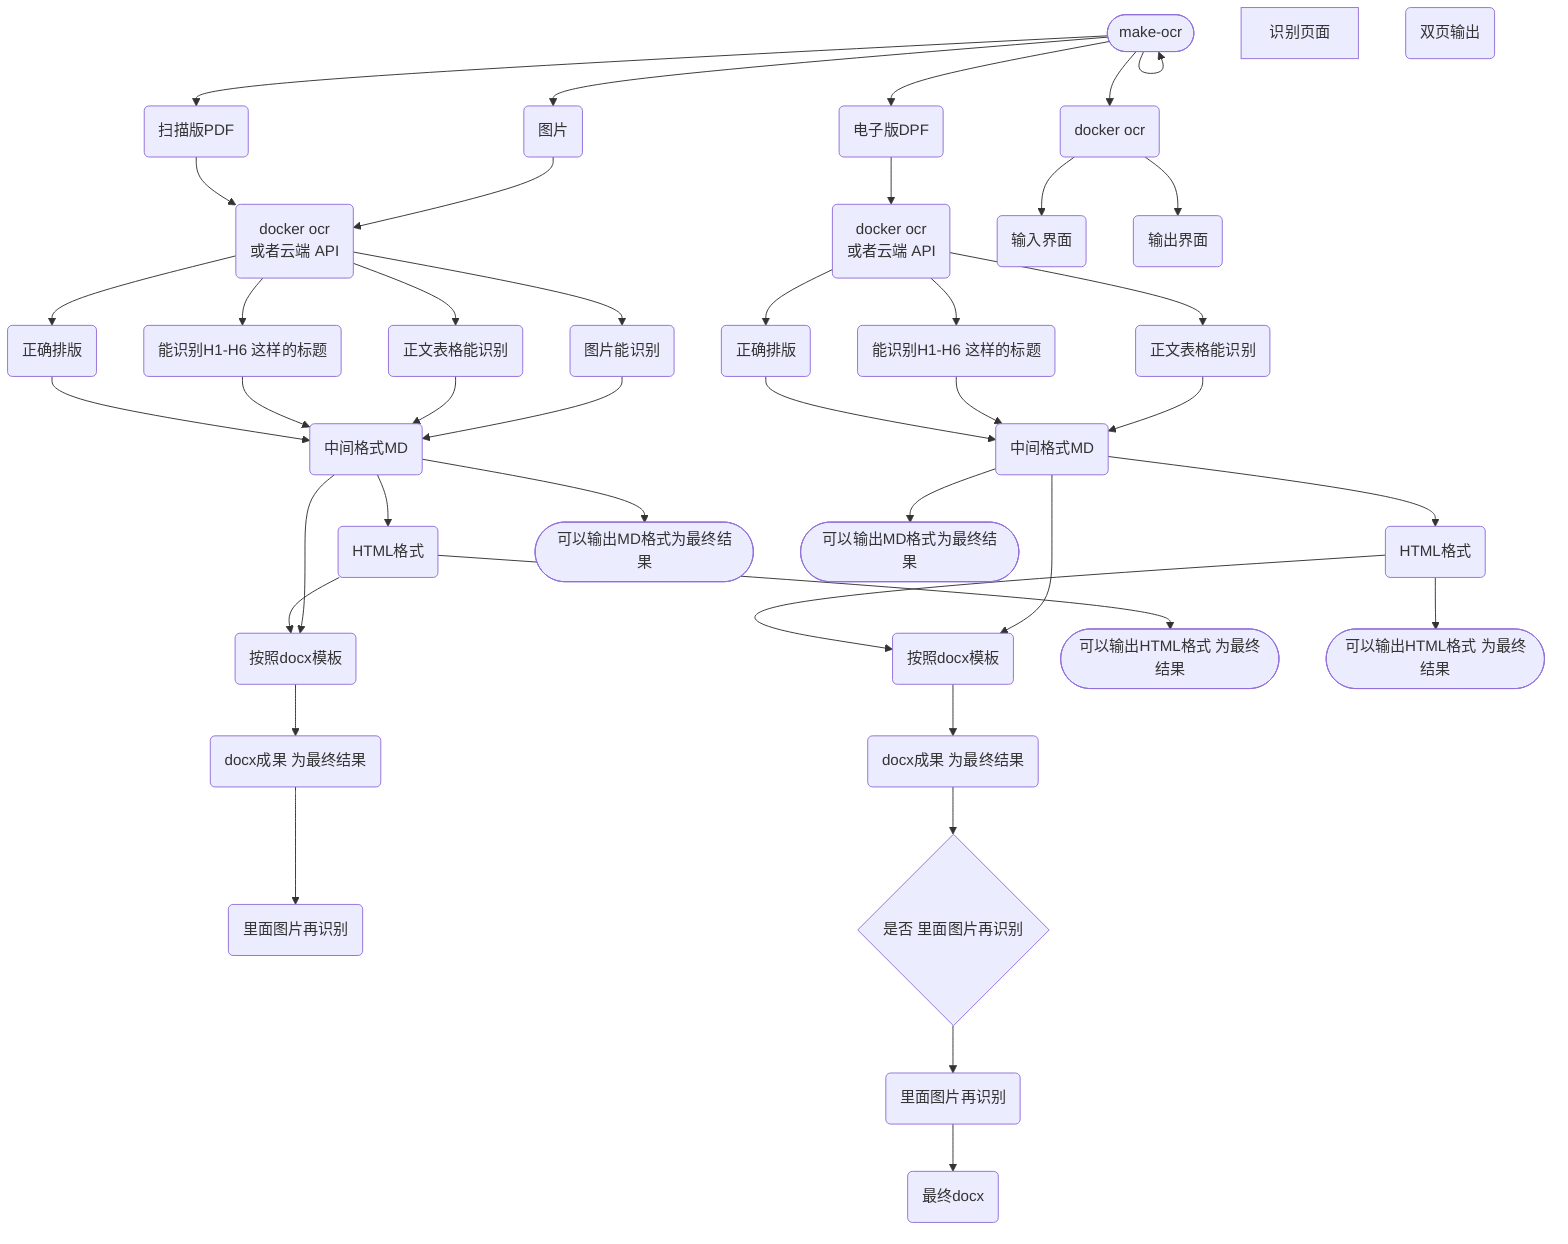
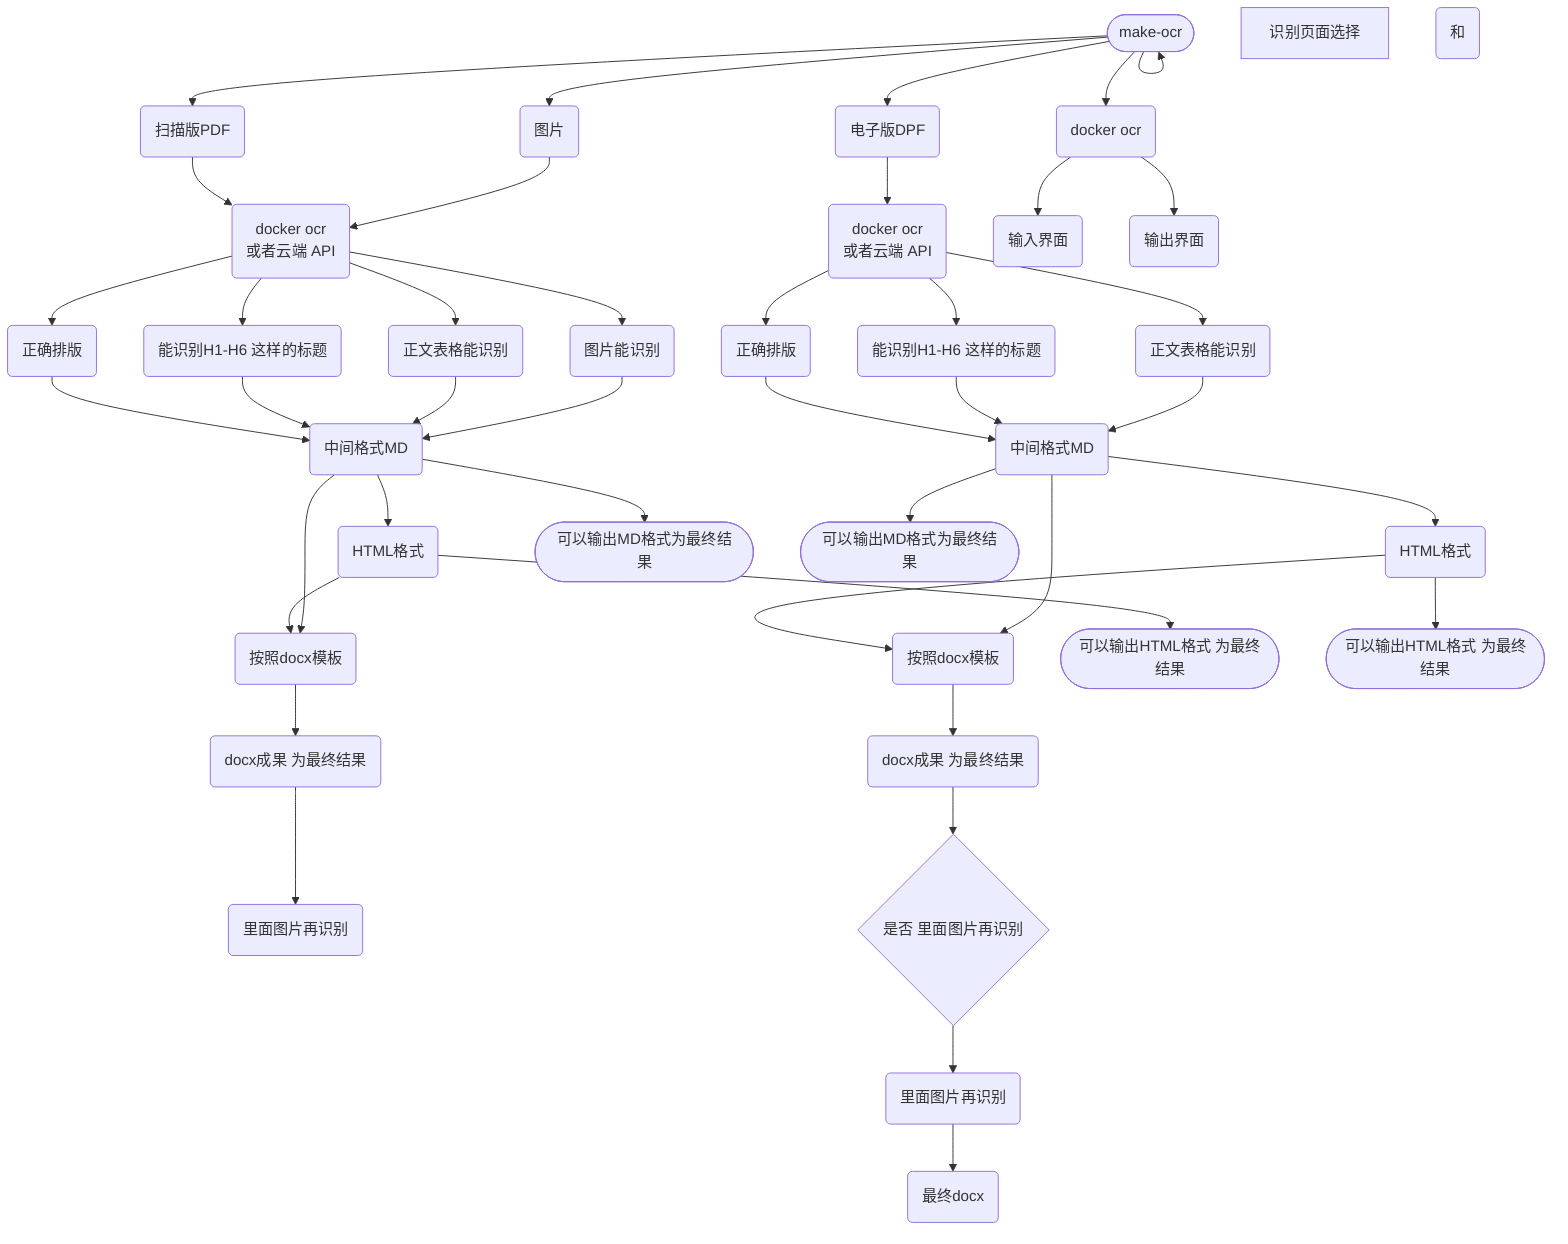
flowchart TD
  n_0(["make-ocr"])
  n_1("扫描版PDF")
  n_2("电子版DPF")
  n_3("docker ocr<br/>或者云端 API")
  n_4("图片")
  n_5("能识别H1-H6 这样的标题")
  n_6("正文表格能识别")
  n_7("图片能识别")
  n_8("按照docx模板")
  n_9("里面图片再识别")
  n_10("docx成果 为最终结果")
  n_11("中间格式MD")
  n_12("HTML格式")
  n_13("docker ocr<br/>或者云端 API")
  n_14("能识别H1-H6 这样的标题")
  n_15("正文表格能识别")
  n_16("按照docx模板")
  n_17("docx成果 为最终结果")
  n_18("中间格式MD")
  n_19("HTML格式")
  n_20("最终docx")
  n_21("里面图片再识别")
  n_22{"是否 里面图片再识别"}
  n_23("正确排版")
  n_24("正确排版")
  n_25(["可以输出MD格式为最终结果"])
  n_26(["可以输出MD格式为最终结果"])
  n_27(["可以输出HTML格式 为最终结果"])
  n_28(["可以输出HTML格式 为最终结果"])
  n_29("docker ocr")
  n_30("输入界面")
  n_31("输出界面")
-   n_32["识别页面<br/>"]
-   n_33("双页输出")
+   n_32["识别页面选择<br/>"]
+   n_33("和")
  n_0 --> n_0
  n_0 --> n_1
  n_0 --> n_2
  n_0 --> n_4
  n_11 --> n_8
  n_11 --> n_12
  n_12 --> n_8
  n_8 --> n_10
  n_10 --> n_9
  n_18 --> n_16
  n_18 --> n_19
  n_19 --> n_16
  n_16 --> n_17
  n_4 --> n_3
  n_1 --> n_3
  n_2 --> n_13
  n_13 --> n_14
  n_13 --> n_15
  n_15 --> n_18
  n_14 --> n_18
  n_7 --> n_11
  n_6 --> n_11
  n_5 --> n_11
  n_3 --> n_6
  n_21 --> n_20
  n_17 --> n_22
  n_22 --> n_21
  n_3 --> n_5
  n_3 --> n_7
  n_3 --> n_23
  n_23 --> n_11
  n_13 --> n_24
  n_24 --> n_18
  n_11 --> n_25
  n_18 --> n_26
  n_12 --> n_27
  n_19 --> n_28
  n_0 --> n_29
  n_29 --> n_30
  n_29 --> n_31
